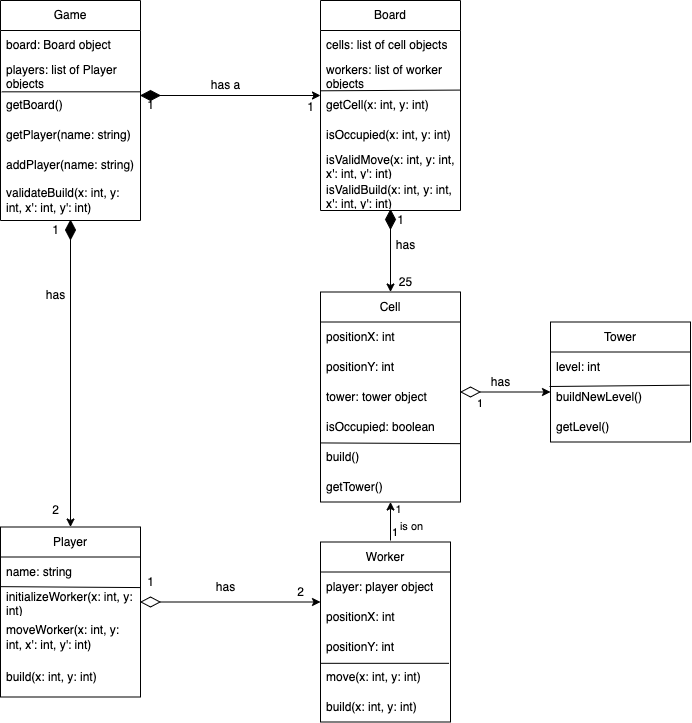
Earlier version of the draw.io export Object diagram.drawio.png (RozayC/test). Source tidied: cells renumbered, new cells last; positions are measured from the earlier drawing's top-left corner, leaving out a move shared by most shapes.
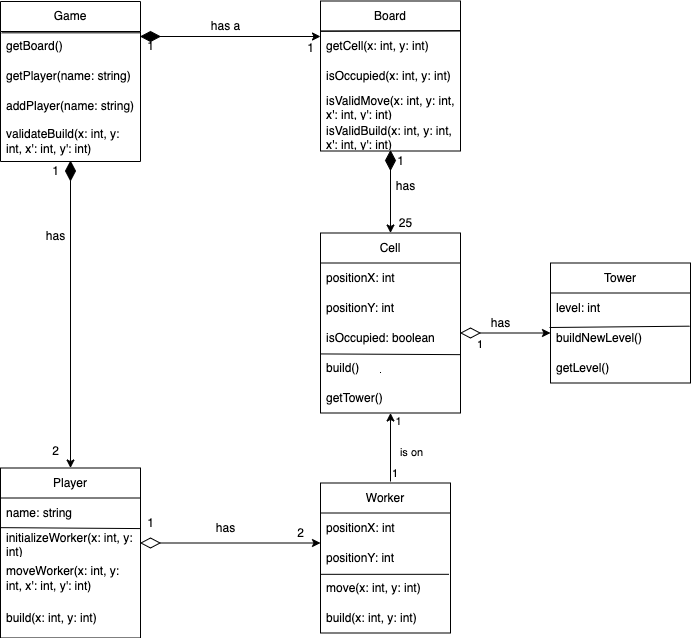
After the change.

What changed in the source:
```diff
@@ -108,25 +108,19 @@
       <mxGeometry x="475" y="411.5" as="geometry" />
     </mxCell>
     <mxCell id="31" value="Game" style="swimlane;fontStyle=0;horizontal=1;startSize=30;whiteSpace=wrap;html=1;" parent="1" vertex="1">
-      <mxGeometry width="140" height="220" as="geometry" />
+      <mxGeometry y="60" width="140" height="160" as="geometry" />
     </mxCell>
-    <mxCell id="32" value="board: Board object" style="text;strokeColor=none;fillColor=none;align=left;verticalAlign=middle;spacingLeft=4;spacingRight=4;overflow=hidden;whiteSpace=wrap;html=1;" parent="31" vertex="1">
-      <mxGeometry y="30" width="140" height="30" as="geometry" />
-    </mxCell>
-    <mxCell id="33" value="players: list of Player objects" style="text;strokeColor=none;fillColor=none;align=left;verticalAlign=middle;spacingLeft=4;spacingRight=4;overflow=hidden;whiteSpace=wrap;html=1;" parent="31" vertex="1">
-      <mxGeometry y="60" width="140" height="30" as="geometry" />
-    </mxCell>
     <mxCell id="34" value="getBoard()" style="text;strokeColor=none;fillColor=none;align=left;verticalAlign=middle;spacingLeft=4;spacingRight=4;overflow=hidden;points=[[0,0.5],[1,0.5]];portConstraint=eastwest;whiteSpace=wrap;html=1;" parent="31" vertex="1">
-      <mxGeometry y="90" width="140" height="30" as="geometry" />
+      <mxGeometry y="30" width="140" height="30" as="geometry" />
     </mxCell>
     <mxCell id="35" value="getPlayer(name: string)" style="text;strokeColor=none;fillColor=none;align=left;verticalAlign=middle;spacingLeft=4;spacingRight=4;overflow=hidden;whiteSpace=wrap;html=1;" parent="31" vertex="1">
-      <mxGeometry y="120" width="140" height="30" as="geometry" />
+      <mxGeometry y="60" width="140" height="30" as="geometry" />
     </mxCell>
     <mxCell id="36" value="addPlayer(name: string)&lt;br&gt;" style="text;strokeColor=none;fillColor=none;align=left;verticalAlign=middle;spacingLeft=4;spacingRight=4;overflow=hidden;whiteSpace=wrap;html=1;" parent="31" vertex="1">
-      <mxGeometry y="150" width="140" height="30" as="geometry" />
+      <mxGeometry y="90" width="140" height="30" as="geometry" />
     </mxCell>
     <mxCell id="37" value="validateBuild(x: int, y: int, x': int, y': int)" style="text;strokeColor=none;fillColor=none;align=left;verticalAlign=middle;spacingLeft=4;spacingRight=4;overflow=hidden;whiteSpace=wrap;html=1;" parent="31" vertex="1">
-      <mxGeometry y="180" width="140" height="40" as="geometry" />
+      <mxGeometry y="120" width="140" height="40" as="geometry" />
     </mxCell>
     <mxCell id="38" style="endArrow=none;html=1;rounded=0;fontSize=12;exitX=0.009;exitY=0.044;exitDx=0;exitDy=0;exitPerimeter=0;entryX=0.996;entryY=0.044;entryDx=0;entryDy=0;entryPerimeter=0;" parent="31" edge="1" source="34" target="34">
       <mxGeometry relative="1" as="geometry" />
@@ -150,52 +144,43 @@
       <mxGeometry relative="1" as="geometry" />
     </mxCell>
     <mxCell id="45" value="Worker" style="swimlane;fontStyle=0;horizontal=1;startSize=30;whiteSpace=wrap;html=1;fontSize=12;" parent="1" vertex="1">
-      <mxGeometry x="320" y="541.5" width="130" height="180" as="geometry" />
+      <mxGeometry x="320" y="541.5" width="130" height="150" as="geometry" />
     </mxCell>
-    <mxCell id="46" value="player: player object" style="text;strokeColor=none;fillColor=none;align=left;verticalAlign=middle;spacingLeft=4;spacingRight=4;overflow=hidden;whiteSpace=wrap;html=1;fontSize=12;" parent="45" vertex="1">
-      <mxGeometry y="30" width="130" height="30" as="geometry" />
-    </mxCell>
     <mxCell id="47" value="positionX: int" style="text;strokeColor=none;fillColor=none;align=left;verticalAlign=middle;spacingLeft=4;spacingRight=4;overflow=hidden;whiteSpace=wrap;html=1;fontSize=12;" parent="45" vertex="1">
-      <mxGeometry y="60" width="130" height="30" as="geometry" />
+      <mxGeometry y="30" width="130" height="30" as="geometry" />
     </mxCell>
     <mxCell id="48" value="positionY: int" style="text;strokeColor=none;fillColor=none;align=left;verticalAlign=middle;spacingLeft=4;spacingRight=4;overflow=hidden;whiteSpace=wrap;html=1;fontSize=12;" parent="45" vertex="1">
-      <mxGeometry y="90" width="130" height="30" as="geometry" />
+      <mxGeometry y="60" width="130" height="30" as="geometry" />
     </mxCell>
     <mxCell id="49" value="move(x: int, y: int)" style="text;strokeColor=none;fillColor=none;align=left;verticalAlign=middle;spacingLeft=4;spacingRight=4;overflow=hidden;points=[[0,0.5],[1,0.5]];portConstraint=eastwest;whiteSpace=wrap;html=1;fontSize=12;" parent="45" vertex="1">
-      <mxGeometry y="120" width="130" height="30" as="geometry" />
+      <mxGeometry y="90" width="130" height="30" as="geometry" />
     </mxCell>
     <mxCell id="50" value="build(x: int, y: int)" style="text;strokeColor=none;fillColor=none;align=left;verticalAlign=middle;spacingLeft=4;spacingRight=4;overflow=hidden;whiteSpace=wrap;html=1;fontSize=12;" parent="45" vertex="1">
-      <mxGeometry y="150" width="130" height="30" as="geometry" />
+      <mxGeometry y="120" width="130" height="30" as="geometry" />
     </mxCell>
     <mxCell id="51" style="endArrow=none;html=1;rounded=0;fontSize=12;exitX=0.003;exitY=0.044;exitDx=0;exitDy=0;exitPerimeter=0;entryX=0.988;entryY=0.044;entryDx=0;entryDy=0;entryPerimeter=0;" parent="45" edge="1" source="49" target="49">
       <mxGeometry relative="1" as="geometry" />
     </mxCell>
     <mxCell id="52" value="Board" style="swimlane;fontStyle=0;horizontal=1;startSize=30;whiteSpace=wrap;html=1;fontSize=12;" parent="1" vertex="1">
-      <mxGeometry x="320" width="140" height="210" as="geometry" />
+      <mxGeometry x="320" y="59.5" width="140" height="150" as="geometry" />
     </mxCell>
-    <mxCell id="53" value="cells: list of cell objects" style="text;strokeColor=none;fillColor=none;align=left;verticalAlign=middle;spacingLeft=4;spacingRight=4;overflow=hidden;whiteSpace=wrap;html=1;fontSize=12;" parent="52" vertex="1">
-      <mxGeometry y="30" width="140" height="30" as="geometry" />
-    </mxCell>
-    <mxCell id="54" value="workers: list of worker objects" style="text;strokeColor=none;fillColor=none;align=left;verticalAlign=middle;spacingLeft=4;spacingRight=4;overflow=hidden;whiteSpace=wrap;html=1;fontSize=12;" parent="52" vertex="1">
-      <mxGeometry y="60" width="140" height="30" as="geometry" />
-    </mxCell>
     <mxCell id="55" value="getCell(x: int, y: int)" style="text;strokeColor=none;fillColor=none;align=left;verticalAlign=middle;spacingLeft=4;spacingRight=4;overflow=hidden;points=[[0,0.5],[1,0.5]];portConstraint=eastwest;whiteSpace=wrap;html=1;fontSize=12;" parent="52" vertex="1">
-      <mxGeometry y="90" width="140" height="30" as="geometry" />
+      <mxGeometry y="30" width="140" height="30" as="geometry" />
     </mxCell>
     <mxCell id="56" value="isOccupied(x: int, y: int)" style="text;strokeColor=none;fillColor=none;align=left;verticalAlign=middle;spacingLeft=4;spacingRight=4;overflow=hidden;whiteSpace=wrap;html=1;fontSize=12;" parent="52" vertex="1">
-      <mxGeometry y="120" width="140" height="30" as="geometry" />
+      <mxGeometry y="60" width="140" height="30" as="geometry" />
     </mxCell>
     <mxCell id="57" value="isValidMove(x: int, y: int, x': int, y': int)" style="text;strokeColor=none;fillColor=none;align=left;verticalAlign=middle;spacingLeft=4;spacingRight=4;overflow=hidden;whiteSpace=wrap;html=1;fontSize=12;" parent="52" vertex="1">
-      <mxGeometry y="150" width="140" height="30" as="geometry" />
+      <mxGeometry y="90" width="140" height="30" as="geometry" />
     </mxCell>
     <mxCell id="58" value="isValidBuild(x: int, y: int, x': int, y': int)" style="text;strokeColor=none;fillColor=none;align=left;verticalAlign=middle;spacingLeft=4;spacingRight=4;overflow=hidden;whiteSpace=wrap;html=1;fontSize=12;" parent="52" vertex="1">
-      <mxGeometry y="180" width="140" height="30" as="geometry" />
+      <mxGeometry y="120" width="140" height="30" as="geometry" />
     </mxCell>
     <mxCell id="59" style="endArrow=none;html=1;rounded=0;fontSize=12;entryX=0.997;entryY=-0.014;entryDx=0;entryDy=0;entryPerimeter=0;exitX=-0.003;exitY=0.01;exitDx=0;exitDy=0;exitPerimeter=0;" parent="52" edge="1" source="55" target="55">
       <mxGeometry relative="1" as="geometry" />
     </mxCell>
     <mxCell id="60" value="Cell" style="swimlane;fontStyle=0;horizontal=1;startSize=30;whiteSpace=wrap;html=1;fontSize=12;" parent="1" vertex="1">
-      <mxGeometry x="320" y="291.5" width="140" height="210" as="geometry" />
+      <mxGeometry x="320" y="291.5" width="140" height="180" as="geometry" />
     </mxCell>
     <mxCell id="61" value="positionX: int" style="text;strokeColor=none;fillColor=none;align=left;verticalAlign=middle;spacingLeft=4;spacingRight=4;overflow=hidden;whiteSpace=wrap;html=1;fontSize=12;" parent="60" vertex="1">
       <mxGeometry y="30" width="140" height="30" as="geometry" />
@@ -203,17 +188,14 @@
     <mxCell id="62" value="positionY: int" style="text;strokeColor=none;fillColor=none;align=left;verticalAlign=middle;spacingLeft=4;spacingRight=4;overflow=hidden;whiteSpace=wrap;html=1;fontSize=12;" parent="60" vertex="1">
       <mxGeometry y="60" width="140" height="30" as="geometry" />
     </mxCell>
-    <mxCell id="63" value="tower: tower object" style="text;strokeColor=none;fillColor=none;align=left;verticalAlign=middle;spacingLeft=4;spacingRight=4;overflow=hidden;whiteSpace=wrap;html=1;fontSize=12;" parent="60" vertex="1">
-      <mxGeometry y="90" width="140" height="30" as="geometry" />
-    </mxCell>
     <mxCell id="64" value="isOccupied: boolean" style="text;strokeColor=none;fillColor=none;align=left;verticalAlign=middle;spacingLeft=4;spacingRight=4;overflow=hidden;whiteSpace=wrap;html=1;fontSize=12;" parent="60" vertex="1">
-      <mxGeometry y="120" width="140" height="30" as="geometry" />
+      <mxGeometry y="90" width="140" height="30" as="geometry" />
     </mxCell>
     <mxCell id="65" value="build()" style="text;strokeColor=none;fillColor=none;align=left;verticalAlign=middle;spacingLeft=4;spacingRight=4;overflow=hidden;points=[[0,0.5],[1,0.5]];portConstraint=eastwest;whiteSpace=wrap;html=1;fontSize=12;" parent="60" vertex="1">
-      <mxGeometry y="150" width="140" height="30" as="geometry" />
+      <mxGeometry y="120" width="140" height="30" as="geometry" />
     </mxCell>
     <mxCell id="66" value="getTower()" style="text;strokeColor=none;fillColor=none;align=left;verticalAlign=middle;spacingLeft=4;spacingRight=4;overflow=hidden;whiteSpace=wrap;html=1;fontSize=12;" parent="60" vertex="1">
-      <mxGeometry y="180" width="140" height="30" as="geometry" />
+      <mxGeometry y="150" width="140" height="30" as="geometry" />
     </mxCell>
     <mxCell id="67" style="endArrow=none;html=1;rounded=0;fontSize=12;exitX=0.002;exitY=0.031;exitDx=0;exitDy=0;exitPerimeter=0;entryX=1.002;entryY=0.055;entryDx=0;entryDy=0;entryPerimeter=0;" parent="60" edge="1" source="65" target="65">
       <mxGeometry relative="1" as="geometry" />
```
